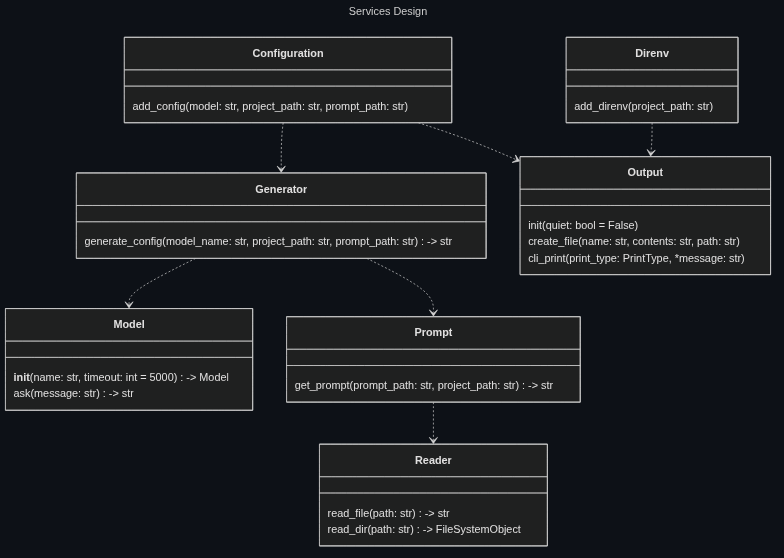
Before: docs/assets/mermaid/services_design.png, a diagram exported from Mermaid (Oldranda1414/AutoDev). Its source is kept beside it as docs/assets/src/services_design.mmd.
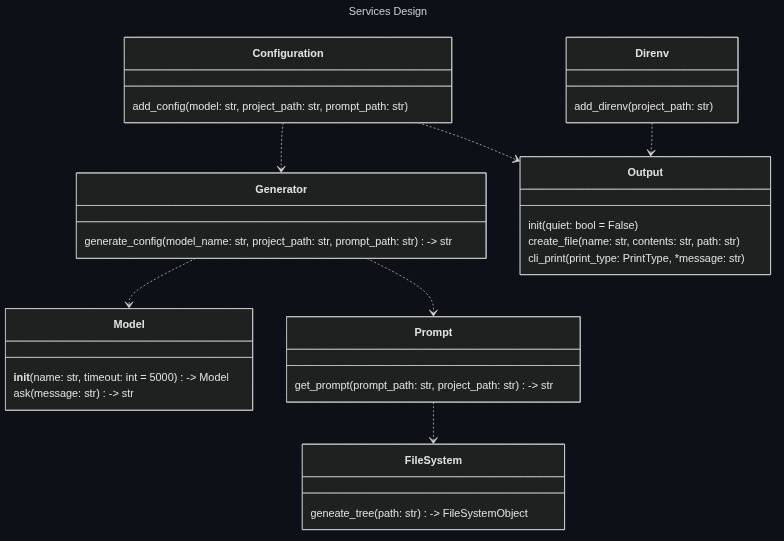
After the commit.

Diff of the diagram source:
```diff
@@ -30,9 +30,8 @@
         cli_print(print_type: PrintType, *message: str)
     }
 
-    class Reader {
-        read_file(path: str) -> str
-        read_dir(path: str) -> FileSystemObject
+    class FileSystem {
+        geneate_tree(path: str) -> FileSystemObject
     }
 
     Direnv ..> Output
@@ -40,4 +39,4 @@
     Configuration ..> Generator
     Generator ..> Model
     Generator ..> Prompt
-    Prompt ..> Reader
+    Prompt ..> FileSystem
```
